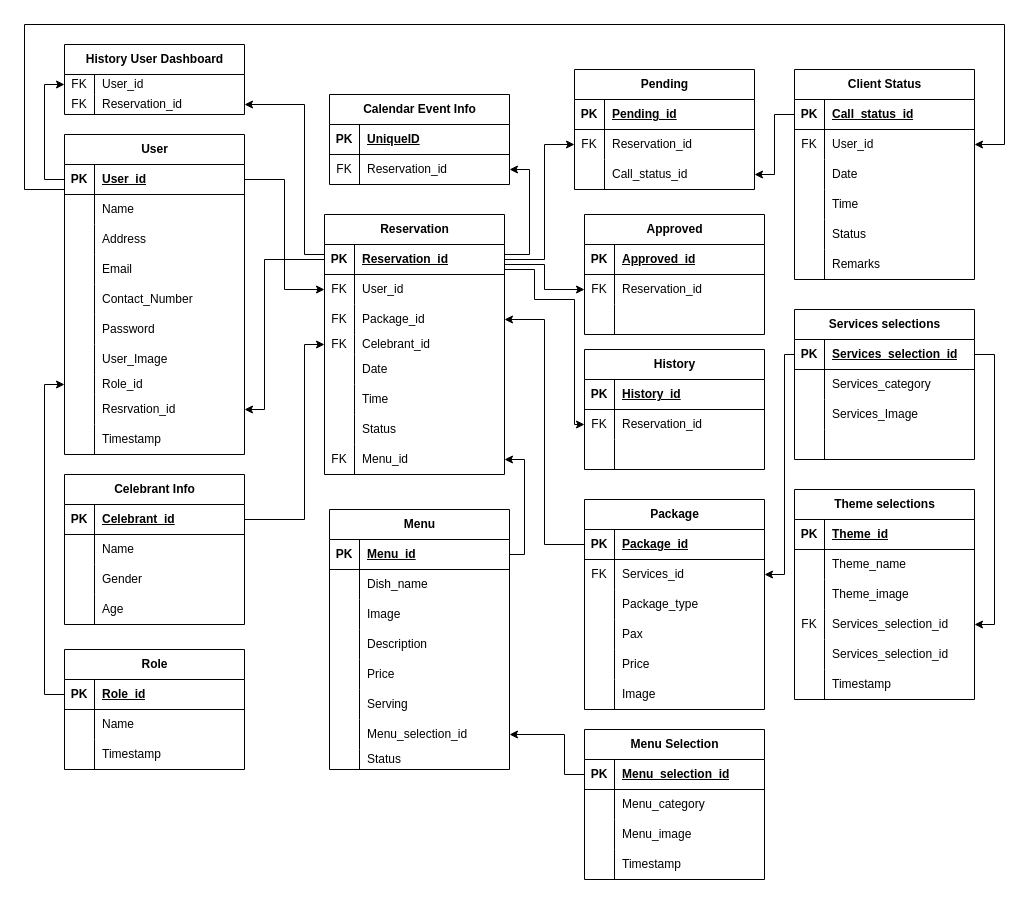
This is Untitled Diagram.drawio from jcedriciglesias/Mihanz-Catering-Redo, a draw.io file, before an edit. Source tidied: cells renumbered, new cells numbered last; positions are measured from the earlier drawing's top-left corner, leaving out a move shared by most shapes. Both pictures are drawn from the tidied source at 100%, with x=0, y=0 at pixel (24, 24).
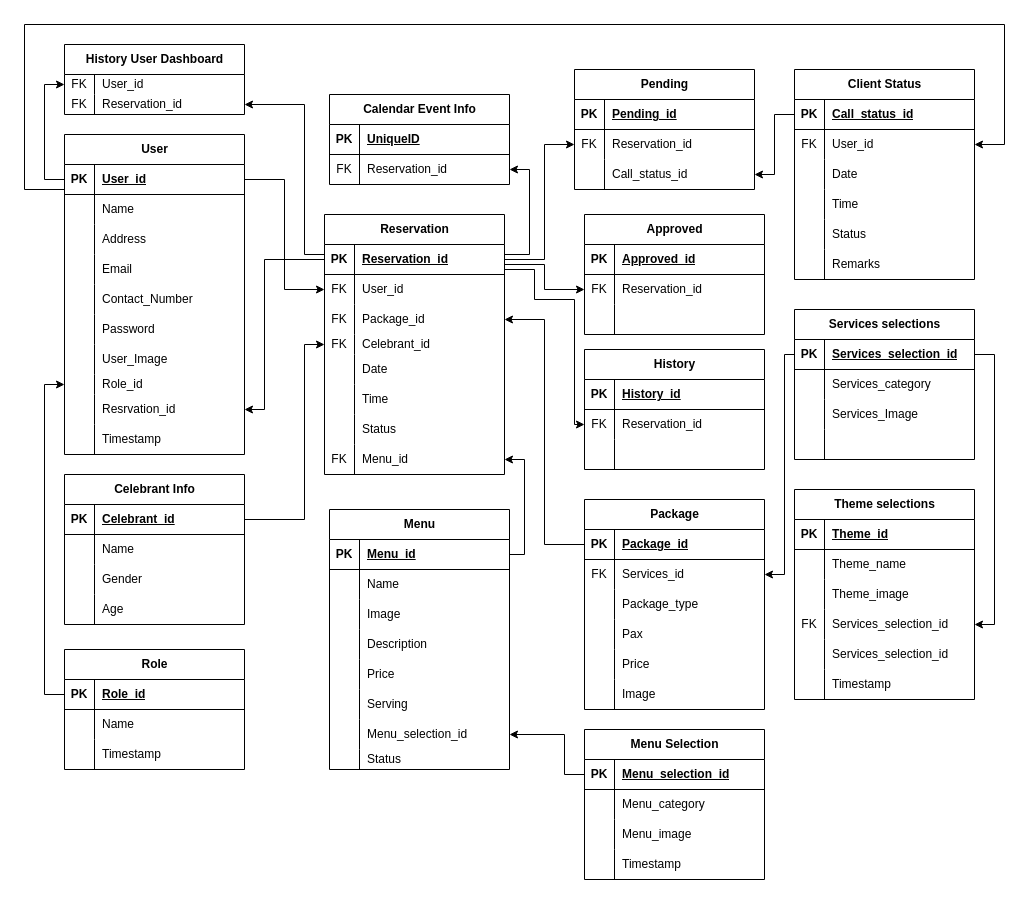
The same diagram, later.

Unchanged cells that the change refers to:
```xml
<mxCell id="72" style="shape=tableRow;horizontal=0;startSize=0;swimlaneHead=0;swimlaneBody=0;fillColor=none;top=0;left=0;right=0;bottom=0;" parent="68" vertex="1">
  <mxGeometry y="60" width="180" height="30" as="geometry" />
</mxCell>
```

Diff of the diagram source:
```diff
@@
-    <mxCell id="74" value="Dish_name" style="shape=partialRectangle;fillColor=none;top=0;left=0;bottom=0;right=0;align=left;spacingLeft=6;overflow=hidden;whiteSpace=wrap;html=1;" parent="72" vertex="1">
+    <mxCell id="74" value="Name" style="shape=partialRectangle;fillColor=none;top=0;left=0;bottom=0;right=0;align=left;spacingLeft=6;overflow=hidden;whiteSpace=wrap;html=1;" parent="72" vertex="1">
       <mxGeometry x="30" width="150" height="30" as="geometry" />
     </mxCell>
```
